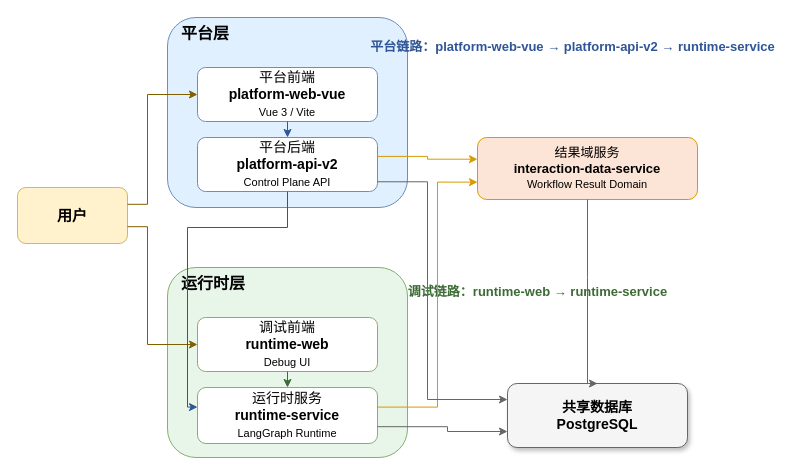
Earlier version of the draw.io diagram docs/diagrams/system-architecture.zh.drawio (ljxpython/ai-agent-platform). Source tidied: cells renumbered, new cells numbered last; positions are measured from the earlier drawing's top-left corner, leaving out a move shared by most shapes. Both pictures are drawn from the tidied source at 100%, with x=0, y=0 at pixel (17, 17).
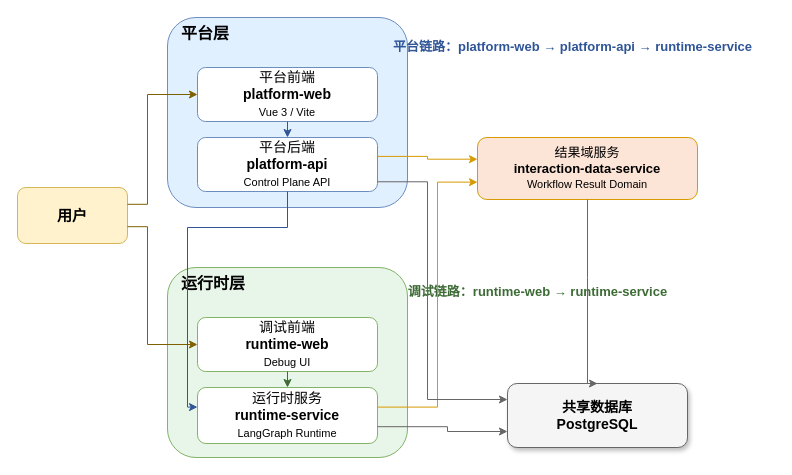
After the change.

What changed in the source:
```diff
@@
-    <mxCell id="4" value="平台前端&lt;br/&gt;&lt;b&gt;platform-web-vue&lt;/b&gt;&lt;br/&gt;&lt;font style=&quot;font-size:11px;&quot;&gt;Vue 3 / Vite&lt;/font&gt;" style="rounded=1;whiteSpace=wrap;html=1;fillColor=#FFFFFF;strokeColor=#6C8EBF;fontSize=14;align=center;verticalAlign=middle;" parent="1" vertex="1">
+    <mxCell id="4" value="平台前端&lt;br/&gt;&lt;b&gt;platform-web&lt;/b&gt;&lt;br/&gt;&lt;font style=&quot;font-size:11px;&quot;&gt;Vue 3 / Vite&lt;/font&gt;" style="rounded=1;whiteSpace=wrap;html=1;fillColor=#FFFFFF;strokeColor=#6C8EBF;fontSize=14;align=center;verticalAlign=middle;" parent="1" vertex="1">
       <mxGeometry x="180" y="50" width="180" height="54" as="geometry" />
     </mxCell>
-    <mxCell id="5" value="平台后端&lt;br/&gt;&lt;b&gt;platform-api-v2&lt;/b&gt;&lt;br/&gt;&lt;font style=&quot;font-size:11px;&quot;&gt;Control Plane API&lt;/font&gt;" style="rounded=1;whiteSpace=wrap;html=1;fillColor=#FFFFFF;strokeColor=#6C8EBF;fontSize=14;align=center;verticalAlign=middle;" parent="1" vertex="1">
+    <mxCell id="5" value="平台后端&lt;br/&gt;&lt;b&gt;platform-api&lt;/b&gt;&lt;br/&gt;&lt;font style=&quot;font-size:11px;&quot;&gt;Control Plane API&lt;/font&gt;" style="rounded=1;whiteSpace=wrap;html=1;fillColor=#FFFFFF;strokeColor=#6C8EBF;fontSize=14;align=center;verticalAlign=middle;" parent="1" vertex="1">
       <mxGeometry x="180" y="120" width="180" height="54" as="geometry" />
     </mxCell>
@@
-    <mxCell id="11" value="平台链路：platform-web-vue → platform-api-v2 → runtime-service" style="text;html=1;strokeColor=none;fillColor=none;align=center;verticalAlign=middle;fontSize=13;fontStyle=1;fontColor=#2F5597;" parent="1" vertex="1">
+    <mxCell id="11" value="平台链路：platform-web → platform-api → runtime-service" style="text;html=1;strokeColor=none;fillColor=none;align=center;verticalAlign=middle;fontSize=13;fontStyle=1;fontColor=#2F5597;" parent="1" vertex="1">
       <mxGeometry x="390" y="15" width="330" height="28" as="geometry" />
     </mxCell>
```
